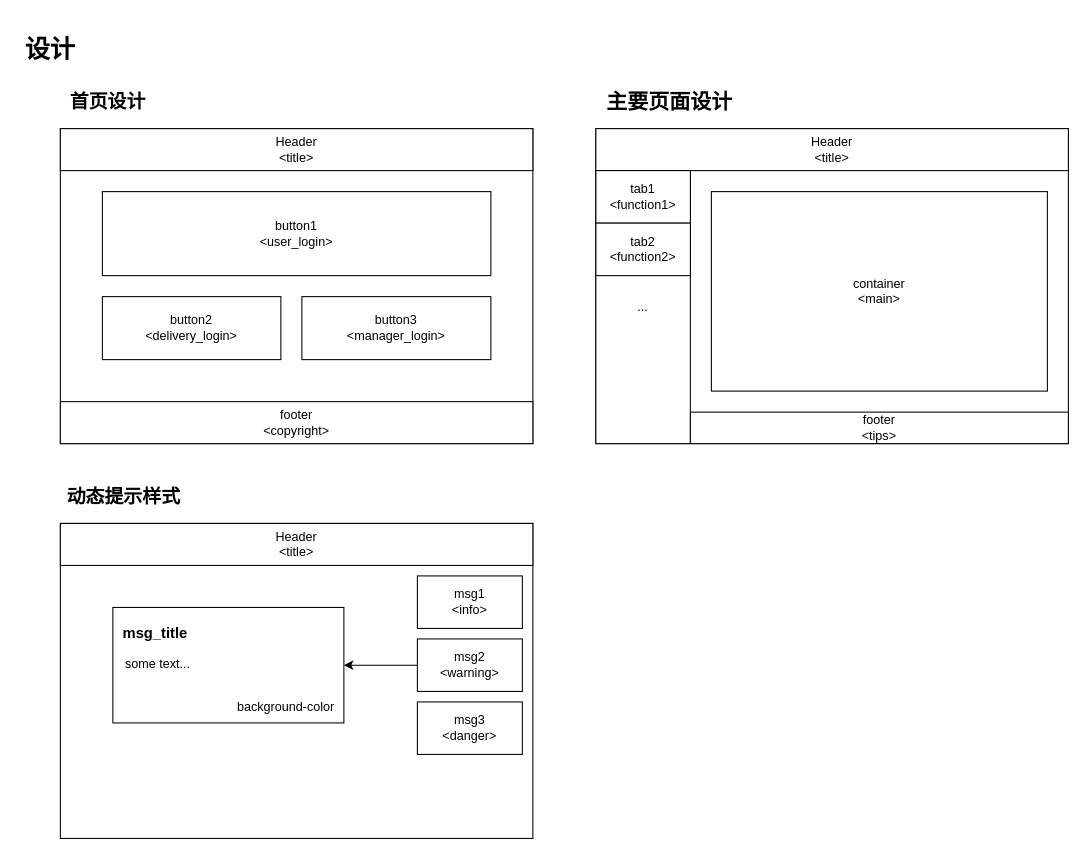
Patrick-Star-CN/takeout_bin keeps this draw.io diagram as flowChart/design.drawio. Above is the earlier version. Source tidied: cells renumbered, new cells numbered last; positions are measured from the earlier drawing's top-left corner, leaving out a move shared by most shapes. Both pictures are drawn from the tidied source at 105%, with x=0, y=0 at pixel (18, 23).
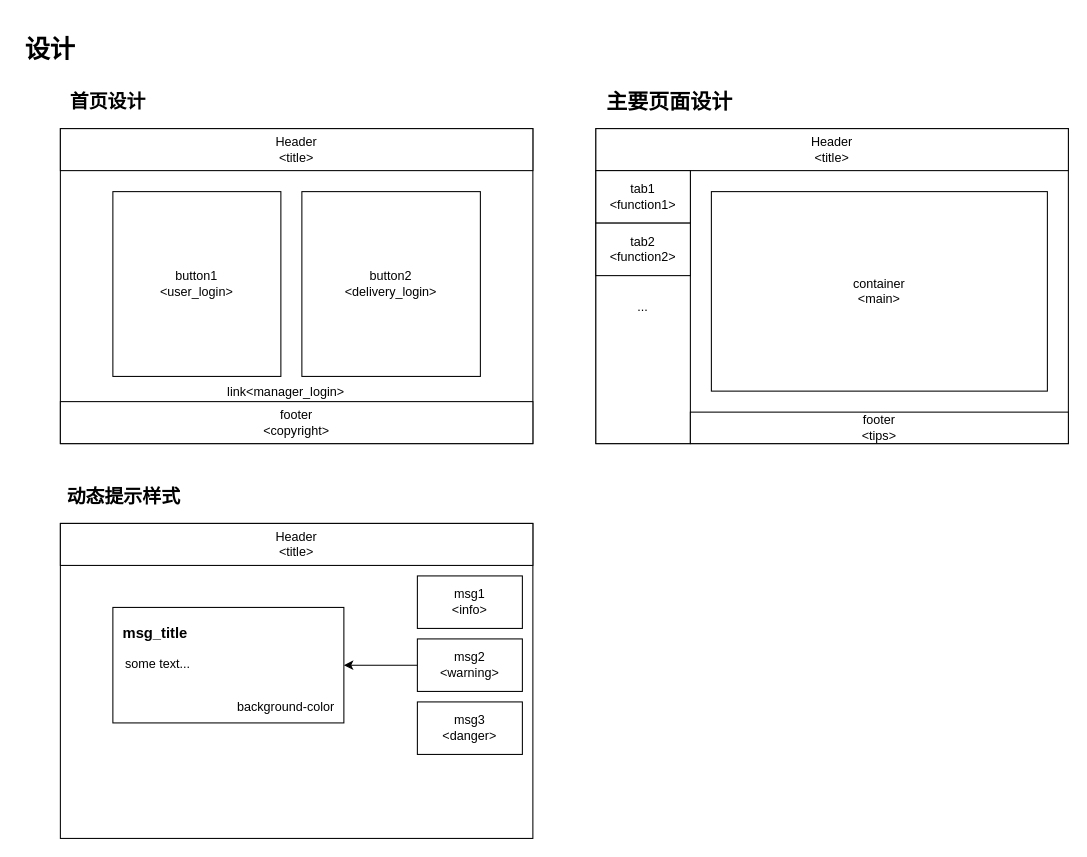
The same diagram, later.

Change to the diagram source:
```diff
@@
     <mxCell id="11" value="button1&lt;br&gt;&amp;lt;user_login&amp;gt;" style="rounded=0;whiteSpace=wrap;html=1;fontSize=12;" parent="1" vertex="1">
-      <mxGeometry x="80" y="160" width="370" height="80" as="geometry" />
+      <mxGeometry x="90" y="160" width="160" height="176" as="geometry" />
     </mxCell>
     <mxCell id="12" value="button2&lt;br&gt;&amp;lt;delivery_login&amp;gt;" style="rounded=0;whiteSpace=wrap;html=1;fontSize=12;" parent="1" vertex="1">
-      <mxGeometry x="80" y="260" width="170" height="60" as="geometry" />
+      <mxGeometry x="270" y="160" width="170" height="176" as="geometry" />
     </mxCell>
-    <mxCell id="13" value="button3&lt;br&gt;&amp;lt;manager_login&amp;gt;" style="rounded=0;whiteSpace=wrap;html=1;fontSize=12;" parent="1" vertex="1">
-      <mxGeometry x="270" y="260" width="180" height="60" as="geometry" />
-    </mxCell>
@@
+    <mxCell id="29" value="link&amp;lt;manager_login&amp;gt;&lt;br&gt;" style="text;html=1;strokeColor=none;fillColor=none;align=center;verticalAlign=middle;whiteSpace=wrap;rounded=0;" parent="1" vertex="1">
+      <mxGeometry x="225" y="336" width="60" height="30" as="geometry" />
+    </mxCell>
```
